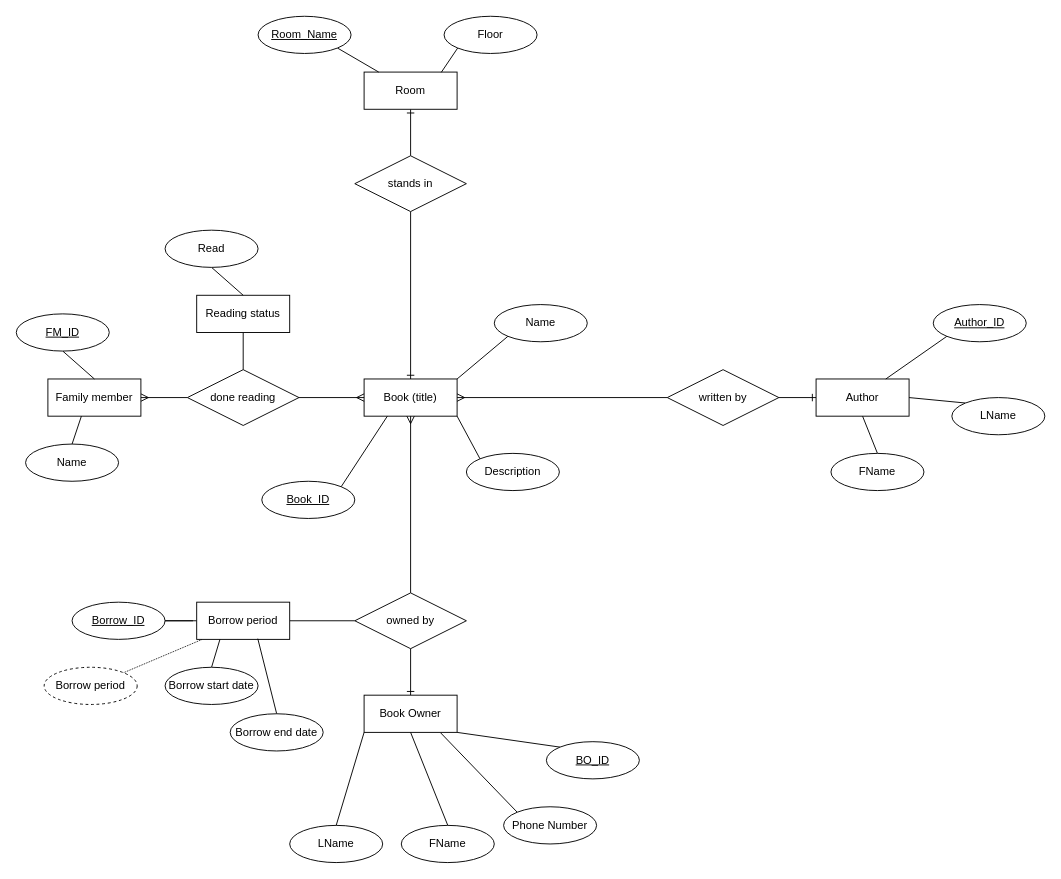
Before: page "Step 2 - The ERM" (2 of 4) of ex. 1-3/exercise1.drawio in KateKatze/07.03_SQL, a draw.io diagram. Source tidied: cells renumbered, new cells numbered last; positions are measured from the earlier drawing's top-left corner, leaving out a move shared by most shapes. Both pictures are drawn from the tidied source at 93%, with x=0, y=0 at pixel (16, 16).
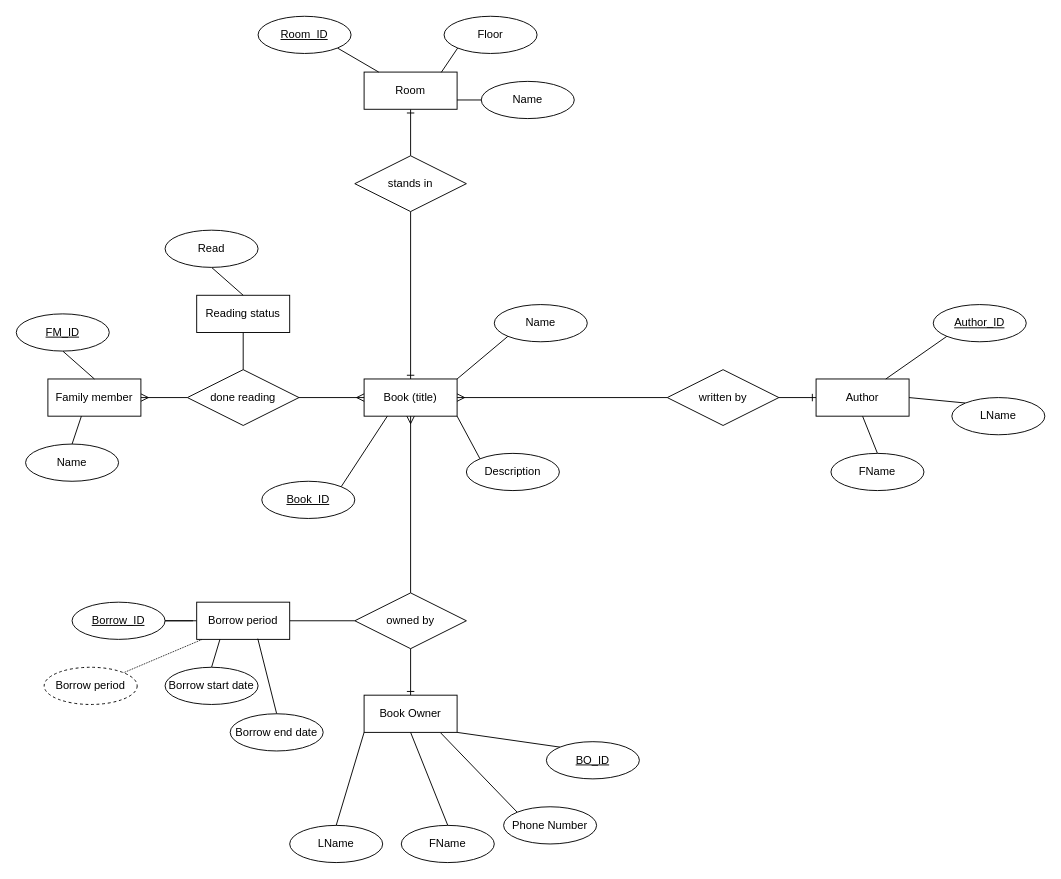
After the change.

The change refers to these unchanged cells:
```xml
<mxCell id="17" value="Room" style="whiteSpace=wrap;html=1;align=center;" parent="1" vertex="1">
  <mxGeometry x="374" y="60" width="100" height="40" as="geometry" />
</mxCell>
```

Diff of the diagram source:
```diff
@@
-    <mxCell id="25" value="&lt;u&gt;Room_Name&lt;/u&gt;" style="ellipse;whiteSpace=wrap;html=1;align=center;" parent="1" vertex="1">
+    <mxCell id="25" value="&lt;u&gt;Room_ID&lt;/u&gt;" style="ellipse;whiteSpace=wrap;html=1;align=center;" parent="1" vertex="1">
       <mxGeometry x="260" width="100" height="40" as="geometry" />
     </mxCell>
@@
+    <mxCell id="62" style="edgeStyle=none;html=1;exitX=0;exitY=0.5;exitDx=0;exitDy=0;entryX=1;entryY=0.75;entryDx=0;entryDy=0;endArrow=none;endFill=0;" parent="1" edge="1" source="63" target="17">
+      <mxGeometry relative="1" as="geometry" />
+    </mxCell>
+    <mxCell id="63" value="Name" style="ellipse;whiteSpace=wrap;html=1;align=center;" parent="1" vertex="1">
+      <mxGeometry x="500" y="70" width="100" height="40" as="geometry" />
+    </mxCell>
```
